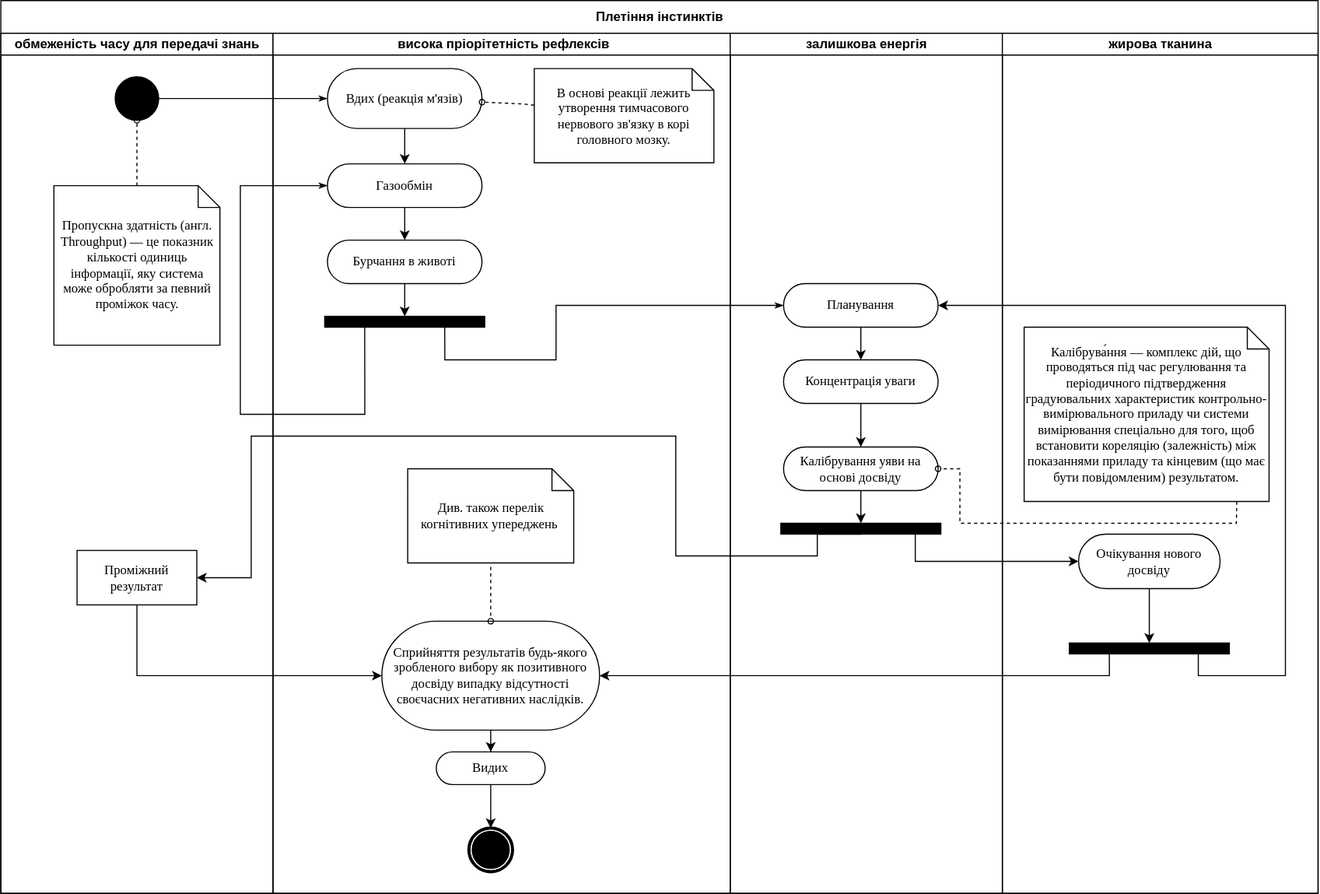
The draw.io diagram assets/svg/cxv.drawio.svg in nazar-chepliaka/trash, before a commit. Source tidied: cells renumbered, new cells last; positions are measured from the earlier drawing's top-left corner, leaving out a move shared by most shapes.
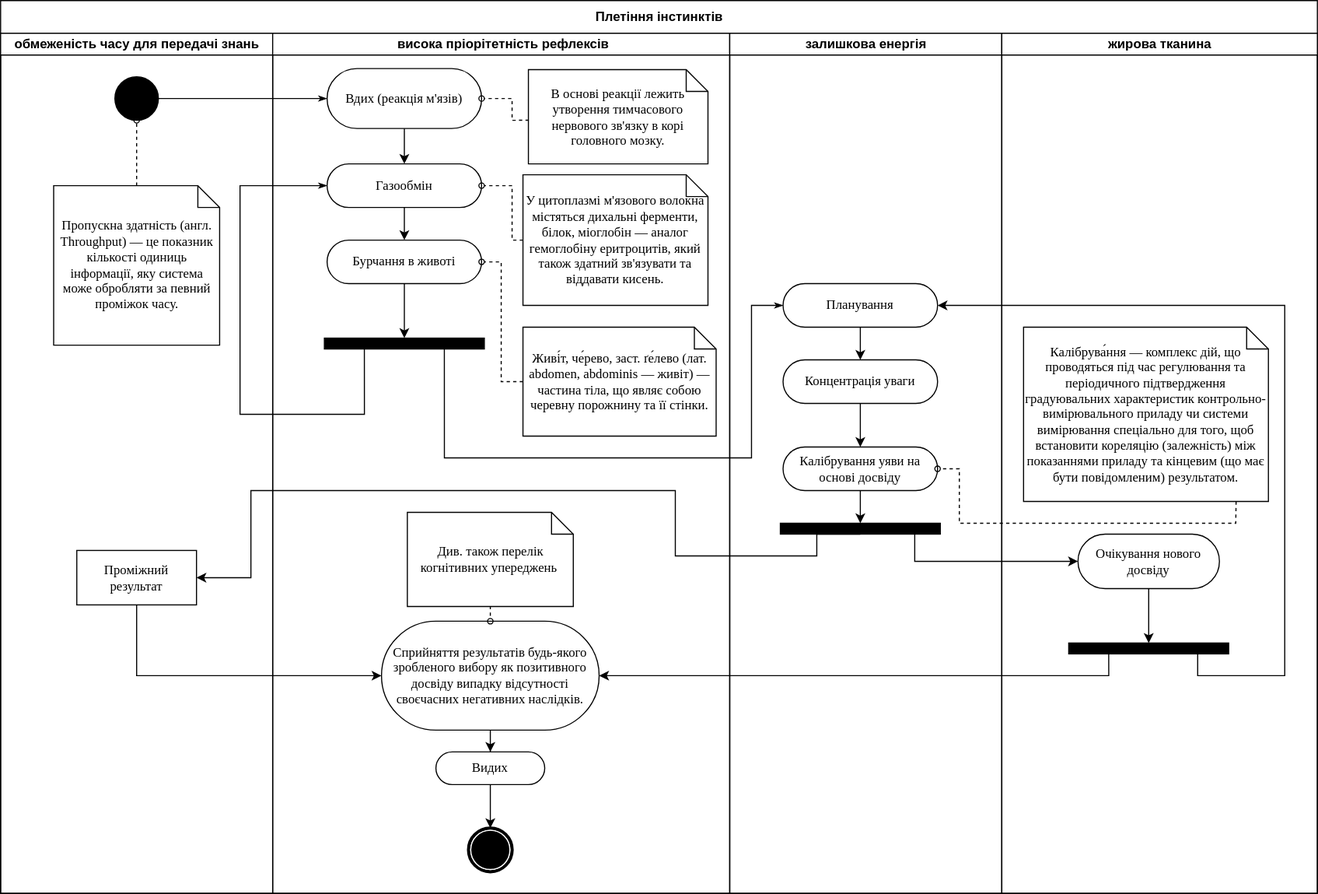
Above is the later version.

Change to the diagram source:
```diff
@@ -24,7 +24,7 @@
       <mxGeometry x="250" y="30" width="420" height="790" as="geometry" />
     </mxCell>
     <mxCell id="9" style="whiteSpace=wrap;html=1;rounded=0;shadow=0;comic=0;labelBackgroundColor=none;strokeWidth=1;fillColor=#000000;fontFamily=Verdana;fontSize=12;align=center;rotation=0;" parent="8" vertex="1">
-      <mxGeometry x="47.5" y="260" width="147" height="10" as="geometry" />
+      <mxGeometry x="47.5" y="280" width="147" height="10" as="geometry" />
     </mxCell>
     <mxCell id="10" value="Вдих (реакція м'язів)" style="rounded=1;whiteSpace=wrap;html=1;shadow=0;comic=0;labelBackgroundColor=none;strokeWidth=1;fontFamily=Verdana;fontSize=12;align=center;arcSize=50;" parent="8" vertex="1">
       <mxGeometry x="50" y="32.5" width="142" height="55" as="geometry" />
@@ -39,13 +39,13 @@
       <mxGeometry relative="1" as="geometry" />
     </mxCell>
     <mxCell id="14" value="В основі реакції лежить утворення тимчасового нервового зв'язку в корі головного мозку." style="shape=note;whiteSpace=wrap;html=1;rounded=0;shadow=0;comic=0;labelBackgroundColor=none;strokeWidth=1;fontFamily=Verdana;fontSize=12;align=center;size=20;" parent="8" vertex="1">
-      <mxGeometry x="240" y="32.5" width="165" height="86.5" as="geometry" />
+      <mxGeometry x="235" y="33.5" width="165" height="86.5" as="geometry" />
     </mxCell>
-    <mxCell id="15" style="edgeStyle=none;rounded=0;html=1;dashed=1;labelBackgroundColor=none;startArrow=none;startFill=0;startSize=5;endArrow=oval;endFill=0;endSize=5;jettySize=auto;strokeWidth=1;fontFamily=Verdana;fontSize=12;" parent="8" edge="1" source="14" target="10">
+    <mxCell id="15" style="edgeStyle=none;rounded=0;html=1;dashed=1;labelBackgroundColor=none;startArrow=none;startFill=0;startSize=5;endArrow=oval;endFill=0;endSize=5;jettySize=auto;strokeWidth=1;fontFamily=Verdana;fontSize=12;exitX=0.002;exitY=0.536;exitDx=0;exitDy=0;exitPerimeter=0;" parent="8" edge="1" source="14" target="10">
       <mxGeometry relative="1" as="geometry">
         <Array as="points">
-          <mxPoint x="230" y="65" />
-          <mxPoint x="230" y="65" />
+          <mxPoint x="220" y="80" />
+          <mxPoint x="220" y="60" />
         </Array>
       </mxGeometry>
     </mxCell>
@@ -85,8 +85,30 @@
       </mxGeometry>
     </mxCell>
     <mxCell id="25" value="Див. також перелік когнітивних упереджень&amp;nbsp;" style="shape=note;whiteSpace=wrap;html=1;rounded=0;shadow=0;comic=0;labelBackgroundColor=none;strokeWidth=1;fontFamily=Verdana;fontSize=12;align=center;size=20;" parent="8" vertex="1">
-      <mxGeometry x="123.8" y="400" width="152.5" height="86.5" as="geometry" />
+      <mxGeometry x="123.8" y="440" width="152.5" height="86.5" as="geometry" />
     </mxCell>
+    <mxCell id="47" style="edgeStyle=none;rounded=0;html=1;dashed=1;labelBackgroundColor=none;startArrow=none;startFill=0;startSize=5;endArrow=oval;endFill=0;endSize=5;jettySize=auto;strokeWidth=1;fontFamily=Verdana;fontSize=12;exitX=0;exitY=0.5;exitDx=0;exitDy=0;exitPerimeter=0;" parent="8" edge="1" source="48" target="12">
+      <mxGeometry relative="1" as="geometry">
+        <Array as="points">
+          <mxPoint x="220" y="190" />
+          <mxPoint x="220" y="140" />
+        </Array>
+      </mxGeometry>
+    </mxCell>
+    <mxCell id="48" value="У цитоплазмі м'язового волокна містяться дихальні ферменти, білок, міоглобін — аналог гемоглобіну еритроцитів, який також здатний зв'язувати та віддавати кисень." style="shape=note;whiteSpace=wrap;html=1;rounded=0;shadow=0;comic=0;labelBackgroundColor=none;strokeWidth=1;fontFamily=Verdana;fontSize=12;align=center;size=20;" parent="8" vertex="1">
+      <mxGeometry x="230" y="130" width="170" height="120" as="geometry" />
+    </mxCell>
+    <mxCell id="49" style="edgeStyle=none;rounded=0;html=1;dashed=1;labelBackgroundColor=none;startArrow=none;startFill=0;startSize=5;endArrow=oval;endFill=0;endSize=5;jettySize=auto;strokeWidth=1;fontFamily=Verdana;fontSize=12;exitX=0;exitY=0.5;exitDx=0;exitDy=0;exitPerimeter=0;entryX=1;entryY=0.5;entryDx=0;entryDy=0;" parent="8" edge="1" source="50" target="17">
+      <mxGeometry relative="1" as="geometry">
+        <Array as="points">
+          <mxPoint x="210" y="320" />
+          <mxPoint x="210" y="210" />
+        </Array>
+      </mxGeometry>
+    </mxCell>
+    <mxCell id="50" value="Живі́т, че́рево, заст. ґе́лево (лат. abdomen, abdominis — живіт) — частина тіла, що являє собою черевну порожнину та її стінки." style="shape=note;whiteSpace=wrap;html=1;rounded=0;shadow=0;comic=0;labelBackgroundColor=none;strokeWidth=1;fontFamily=Verdana;fontSize=12;align=center;size=20;" parent="8" vertex="1">
+      <mxGeometry x="230" y="270" width="177.5" height="100" as="geometry" />
+    </mxCell>
     <mxCell id="26" value="залишкова енергія" style="swimlane;html=1;startSize=20;" parent="2" vertex="1">
       <mxGeometry x="670" y="30" width="250" height="790" as="geometry" />
     </mxCell>
@@ -132,9 +154,9 @@
     <mxCell id="40" style="edgeStyle=orthogonalEdgeStyle;rounded=0;html=1;exitX=0.75;exitY=1;labelBackgroundColor=none;startArrow=none;startFill=0;startSize=5;endArrow=classicThin;endFill=1;endSize=5;jettySize=auto;strokeWidth=1;fontFamily=Verdana;fontSize=12;entryX=0;entryY=0.5;entryDx=0;entryDy=0;" parent="2" edge="1" source="9" target="28">
       <mxGeometry relative="1" as="geometry">
         <Array as="points">
-          <mxPoint x="408" y="330" />
-          <mxPoint x="510" y="330" />
-          <mxPoint x="510" y="280" />
+          <mxPoint x="408" y="420" />
+          <mxPoint x="690" y="420" />
+          <mxPoint x="690" y="280" />
         </Array>
       </mxGeometry>
     </mxCell>
@@ -144,8 +166,8 @@
           <mxPoint x="750" y="490" />
           <mxPoint x="750" y="510" />
           <mxPoint x="620" y="510" />
-          <mxPoint x="620" y="400" />
-          <mxPoint x="230" y="400" />
+          <mxPoint x="620" y="450" />
+          <mxPoint x="230" y="450" />
           <mxPoint x="230" y="530" />
         </Array>
       </mxGeometry>
```
